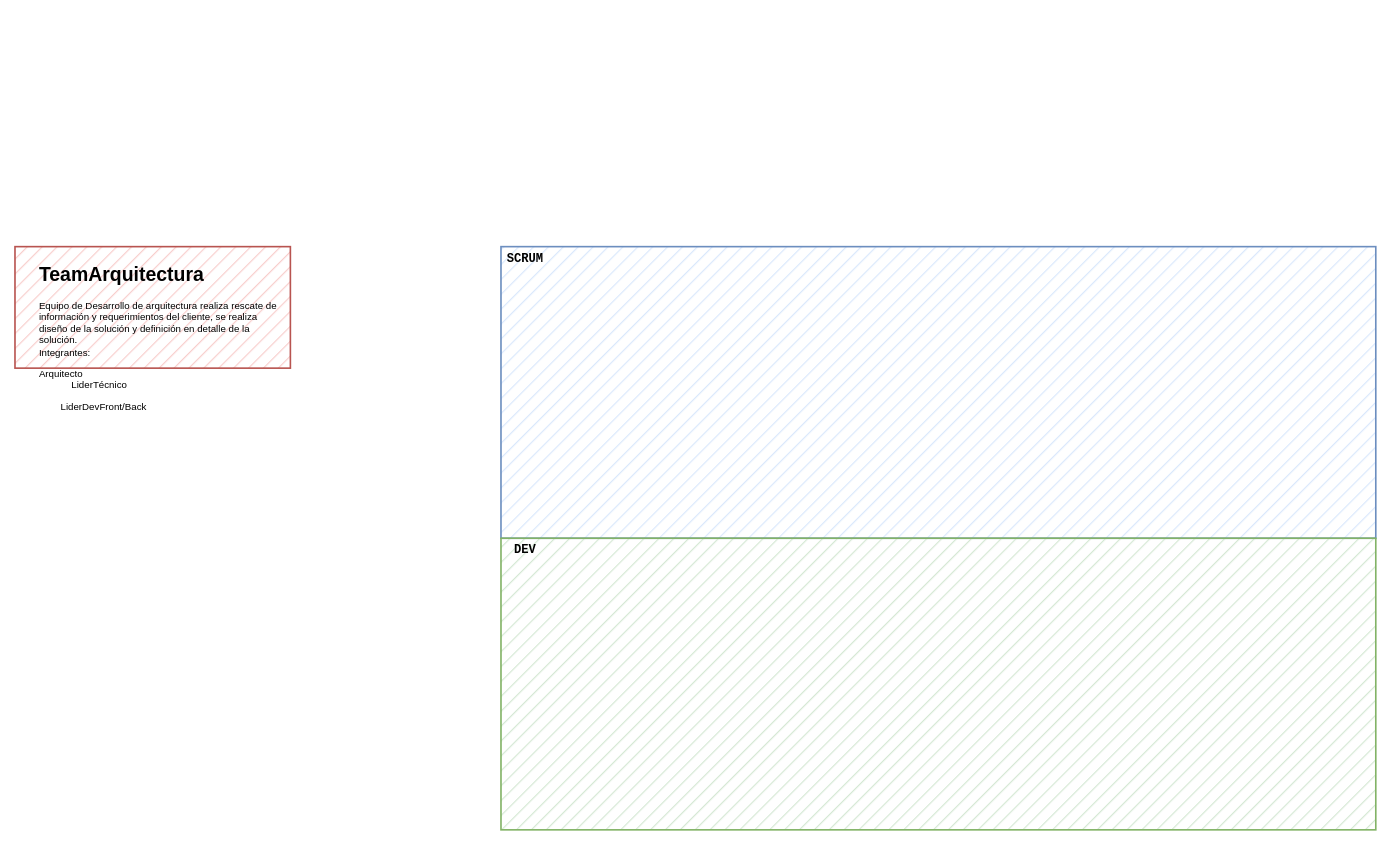
linosnt/womCX keeps this draw.io diagram as estrategia.drawio. Above is the earlier version. Source tidied: cells renumbered, new cells numbered last; positions are measured from the earlier drawing's top-left corner, leaving out a move shared by most shapes. Both pictures are drawn from the tidied source at 81%, with x=0, y=0 at pixel (15, 246).
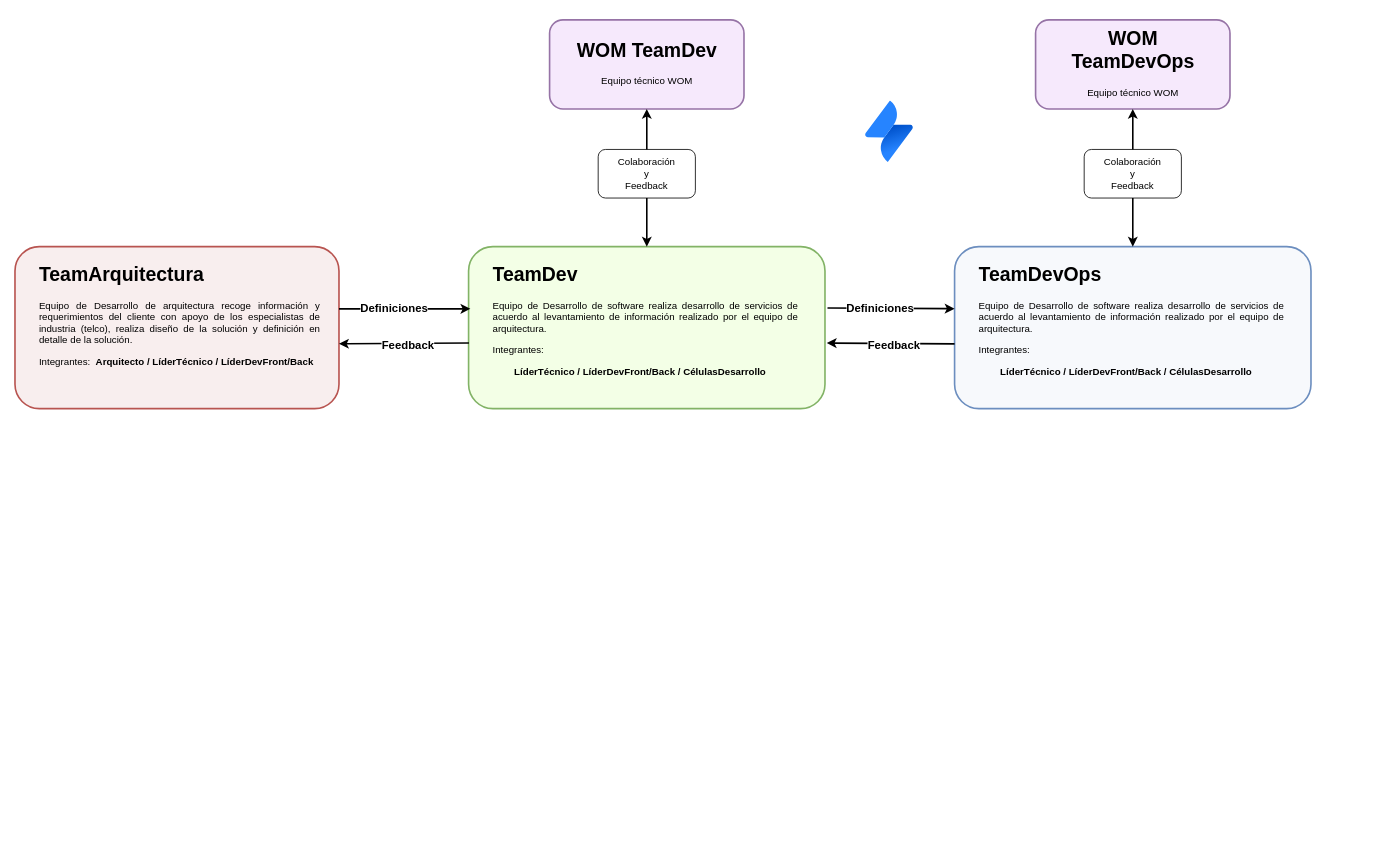
The same page after the edit.

Change to the diagram source:
```diff
@@
-    <mxCell id="2" style="rounded=0;whiteSpace=wrap;html=1;fillColor=#dae8fc;strokeColor=#6c8ebf;fillStyle=hatch;strokeWidth=2;" parent="1" vertex="1">
-      <mxGeometry x="600" width="1080" height="360" as="geometry" />
-    </mxCell>
-    <mxCell id="3" style="rounded=0;whiteSpace=wrap;html=1;fillColor=#d5e8d4;strokeColor=#82b366;fillStyle=hatch;strokeWidth=2;" parent="1" vertex="1">
-      <mxGeometry x="600" y="360" width="1080" height="360" as="geometry" />
-    </mxCell>
-    <mxCell id="4" value="&lt;font size=&quot;1&quot;&gt;&lt;b&gt;&lt;font style=&quot;font-size: 15px;&quot; face=&quot;Courier New&quot;&gt;SCRUM&lt;/font&gt;&lt;/b&gt;&lt;/font&gt;" style="text;html=1;strokeColor=none;fillColor=none;align=center;verticalAlign=middle;whiteSpace=wrap;rounded=0;" parent="1" vertex="1">
-      <mxGeometry x="600" width="60" height="30" as="geometry" />
-    </mxCell>
-    <mxCell id="5" value="&lt;font size=&quot;1&quot;&gt;&lt;b&gt;&lt;font style=&quot;font-size: 15px;&quot; face=&quot;Courier New&quot;&gt;DEV&lt;/font&gt;&lt;/b&gt;&lt;/font&gt;" style="text;html=1;strokeColor=none;fillColor=none;align=center;verticalAlign=middle;whiteSpace=wrap;rounded=0;" parent="1" vertex="1">
-      <mxGeometry x="600" y="360" width="60" height="30" as="geometry" />
-    </mxCell>
-    <mxCell id="6" style="rounded=0;whiteSpace=wrap;html=1;fillColor=#f8cecc;strokeColor=#b85450;fillStyle=hatch;strokeWidth=2;" parent="1" vertex="1">
-      <mxGeometry width="340" height="150" as="geometry" />
+    <mxCell id="6" style="rounded=1;whiteSpace=wrap;html=1;fillColor=#F8EEEE;strokeColor=#b85450;fillStyle=solid;strokeWidth=2;" parent="1" vertex="1">
+      <mxGeometry width="400" height="200" as="geometry" />
     </mxCell>
-    <mxCell id="7" value="&lt;h1&gt;TeamArquitectura&lt;/h1&gt;&lt;p&gt;Equipo de Desarrollo de arquitectura realiza rescate de información y requerimientos del cliente, se realiza diseño de la solución y definición en detalle de la solución.&lt;br&gt;Integrantes: &lt;br&gt;&lt;/p&gt;&lt;p&gt;Arquitecto&lt;br&gt;&lt;span style=&quot;&quot;&gt;&lt;span style=&quot;&quot;&gt;&amp;nbsp;&amp;nbsp;&amp;nbsp;&amp;nbsp;&lt;/span&gt;&lt;/span&gt;&lt;span style=&quot;&quot;&gt;&lt;span style=&quot;&quot;&gt;&amp;nbsp;&amp;nbsp;&amp;nbsp;&amp;nbsp;&lt;/span&gt;&lt;/span&gt;&lt;span style=&quot;&quot;&gt;&lt;span style=&quot;&quot;&gt;&amp;nbsp;&amp;nbsp;&amp;nbsp;&amp;nbsp;&lt;/span&gt;&lt;/span&gt;LiderTécnico&lt;/p&gt;&lt;p&gt;&lt;span style=&quot;white-space: pre;&quot;&gt;&#9;&lt;/span&gt;LiderDevFront/Back&lt;br&gt;&lt;/p&gt;" style="text;html=1;strokeColor=none;fillColor=none;spacing=5;spacingTop=-20;whiteSpace=wrap;overflow=hidden;rounded=0;" parent="1" vertex="1">
-      <mxGeometry x="25" y="15" width="315" height="195" as="geometry" />
+    <mxCell id="7" value="&lt;h1&gt;TeamArquitectura&lt;/h1&gt;&lt;p align=&quot;justify&quot;&gt;Equipo de Desarrollo de arquitectura recoge información y requerimientos del cliente con apoyo de los especialistas de industria (telco), realiza diseño de la solución y definición en detalle de la solución.&lt;/p&gt;&lt;p&gt;Integrantes:&amp;nbsp; &lt;b&gt;Arquitecto / &lt;span style=&quot;&quot;&gt;&lt;span style=&quot;&quot;&gt;&lt;/span&gt;&lt;/span&gt;LíderTécnico / LíderDevFront/Back&lt;/b&gt;&lt;br&gt;&lt;/p&gt;" style="text;html=1;strokeColor=none;fillColor=none;spacing=5;spacingTop=-20;whiteSpace=wrap;overflow=hidden;rounded=1;" parent="1" vertex="1">
+      <mxGeometry x="25" y="15" width="355" height="165" as="geometry" />
     </mxCell>
+    <mxCell id="8" style="rounded=1;whiteSpace=wrap;html=1;fillColor=#F3FFE6;strokeColor=#82b366;fillStyle=solid;strokeWidth=2;" parent="1" vertex="1">
+      <mxGeometry x="560" width="440" height="200" as="geometry" />
+    </mxCell>
+    <mxCell id="9" value="&lt;h1&gt;TeamDev&lt;/h1&gt;&lt;p align=&quot;justify&quot;&gt;Equipo de Desarrollo de software realiza desarrollo de servicios de acuerdo al levantamiento de información realizado por el equipo de arquitectura.&lt;/p&gt;&lt;p&gt;Integrantes:&amp;nbsp; &lt;b&gt;&lt;span style=&quot;&quot;&gt;&lt;span style=&quot;&quot;&gt;&lt;/span&gt;&lt;/span&gt;&lt;br&gt;&lt;/b&gt;&lt;/p&gt;&lt;p&gt;&lt;b&gt;&lt;span style=&quot;white-space: pre;&quot;&gt;&#9;&lt;/span&gt;LíderTécnico / LíderDevFront/Back / CélulasDesarrollo&lt;/b&gt;&lt;br&gt;&lt;/p&gt;" style="text;html=1;strokeColor=none;fillColor=none;spacing=5;spacingTop=-20;whiteSpace=wrap;overflow=hidden;rounded=1;" parent="1" vertex="1">
+      <mxGeometry x="585" y="15" width="385" height="165" as="geometry" />
+    </mxCell>
+    <mxCell id="10" style="rounded=1;whiteSpace=wrap;html=1;fillColor=#F6E9FC;strokeColor=#9673a6;fillStyle=solid;strokeWidth=2;" parent="1" vertex="1">
+      <mxGeometry x="660" y="-280" width="240" height="110" as="geometry" />
+    </mxCell>
+    <mxCell id="11" value="&lt;h1 align=&quot;center&quot;&gt;WOM TeamDev&lt;/h1&gt;&lt;p align=&quot;center&quot;&gt;Equipo técnico WOM&lt;br&gt;&lt;/p&gt;" style="text;html=1;strokeColor=none;fillColor=none;spacing=5;spacingTop=-20;whiteSpace=wrap;overflow=hidden;rounded=1;align=center;" parent="1" vertex="1">
+      <mxGeometry x="677.5" y="-262.5" width="205" height="82.5" as="geometry" />
+    </mxCell>
+    <mxCell id="12" style="endArrow=classic;startArrow=classic;html=1;rounded=0;entryX=0.5;entryY=1;entryDx=0;entryDy=0;exitX=0.5;exitY=0;exitDx=0;exitDy=0;strokeWidth=2;" parent="1" edge="1" source="8" target="10">
+      <mxGeometry relative="1" as="geometry" />
+    </mxCell>
+    <mxCell id="13" value="&lt;div&gt;Colaboración&lt;/div&gt;&lt;div&gt;y &lt;/div&gt;Feedback" style="rounded=1;whiteSpace=wrap;html=1;" parent="1" vertex="1">
+      <mxGeometry x="720" y="-120" width="120" height="60" as="geometry" />
+    </mxCell>
+    <mxCell id="14" style="endArrow=classic;html=1;rounded=0;entryX=0.005;entryY=0.384;entryDx=0;entryDy=0;entryPerimeter=0;exitX=1;exitY=0.384;exitDx=0;exitDy=0;exitPerimeter=0;strokeWidth=2;" parent="1" edge="1" source="6" target="8">
+      <mxGeometry relative="1" as="geometry" />
+    </mxCell>
+    <mxCell id="15" value="&lt;font style=&quot;font-size: 14px;&quot;&gt;&lt;b&gt;Definiciones&lt;/b&gt;&lt;/font&gt;" style="edgeLabel;html=1;align=center;verticalAlign=middle;" parent="14" vertex="1">
+      <mxGeometry x="-0.18" y="1" relative="1" as="geometry" />
+    </mxCell>
+    <mxCell id="16" style="endArrow=classic;html=1;rounded=0;exitX=0.001;exitY=0.595;exitDx=0;exitDy=0;exitPerimeter=0;entryX=1;entryY=0.6;entryDx=0;entryDy=0;entryPerimeter=0;strokeWidth=2;" parent="1" edge="1" source="8" target="6">
+      <mxGeometry relative="1" as="geometry" />
+    </mxCell>
+    <mxCell id="17" value="&lt;font size=&quot;1&quot;&gt;&lt;b style=&quot;font-size: 14px;&quot;&gt;Feedback&lt;/b&gt;&lt;/font&gt;" style="edgeLabel;html=1;align=center;verticalAlign=middle;" parent="16" vertex="1">
+      <mxGeometry x="-0.05" y="2" relative="1" as="geometry" />
+    </mxCell>
+    <mxCell id="18" style="rounded=1;whiteSpace=wrap;html=1;fillColor=#F7F9FC;strokeColor=#6c8ebf;fillStyle=solid;strokeWidth=2;" parent="1" vertex="1">
+      <mxGeometry x="1160" width="440" height="200" as="geometry" />
+    </mxCell>
+    <mxCell id="19" value="&lt;h1&gt;TeamDevOps&lt;/h1&gt;&lt;p align=&quot;justify&quot;&gt;Equipo de Desarrollo de software realiza desarrollo de servicios de acuerdo al levantamiento de información realizado por el equipo de arquitectura.&lt;/p&gt;&lt;p&gt;Integrantes:&amp;nbsp; &lt;b&gt;&lt;span style=&quot;&quot;&gt;&lt;span style=&quot;&quot;&gt;&lt;/span&gt;&lt;/span&gt;&lt;br&gt;&lt;/b&gt;&lt;/p&gt;&lt;p&gt;&lt;b&gt;&lt;span style=&quot;white-space: pre;&quot;&gt;&#9;&lt;/span&gt;LíderTécnico / LíderDevFront/Back / CélulasDesarrollo&lt;/b&gt;&lt;br&gt;&lt;/p&gt;" style="text;html=1;strokeColor=none;fillColor=none;spacing=5;spacingTop=-20;whiteSpace=wrap;overflow=hidden;rounded=1;" parent="1" vertex="1">
+      <mxGeometry x="1185" y="15" width="385" height="165" as="geometry" />
+    </mxCell>
+    <mxCell id="20" style="rounded=1;whiteSpace=wrap;html=1;fillColor=#F6E9FC;strokeColor=#9673a6;fillStyle=solid;strokeWidth=2;" parent="1" vertex="1">
+      <mxGeometry x="1260" y="-280" width="240" height="110" as="geometry" />
+    </mxCell>
+    <mxCell id="21" value="&lt;h1 align=&quot;center&quot;&gt;WOM TeamDevOps&lt;/h1&gt;&lt;p align=&quot;center&quot;&gt;Equipo técnico WOM&lt;br&gt;&lt;/p&gt;" style="text;html=1;strokeColor=none;fillColor=none;spacing=5;spacingTop=-20;whiteSpace=wrap;overflow=hidden;rounded=1;align=center;" parent="1" vertex="1">
+      <mxGeometry x="1277.5" y="-277.5" width="205" height="112.5" as="geometry" />
+    </mxCell>
+    <mxCell id="22" style="endArrow=classic;startArrow=classic;html=1;rounded=0;entryX=0.5;entryY=1;entryDx=0;entryDy=0;exitX=0.5;exitY=0;exitDx=0;exitDy=0;strokeWidth=2;" parent="1" edge="1" source="18" target="20">
+      <mxGeometry relative="1" as="geometry" />
+    </mxCell>
+    <mxCell id="23" value="&lt;div&gt;Colaboración&lt;/div&gt;&lt;div&gt;y &lt;/div&gt;Feedback" style="rounded=1;whiteSpace=wrap;html=1;" parent="1" vertex="1">
+      <mxGeometry x="1320" y="-120" width="120" height="60" as="geometry" />
+    </mxCell>
+    <mxCell id="24" style="endArrow=classic;html=1;rounded=0;entryX=0;entryY=0.383;entryDx=0;entryDy=0;entryPerimeter=0;exitX=1.007;exitY=0.379;exitDx=0;exitDy=0;exitPerimeter=0;strokeWidth=2;" parent="1" edge="1" source="8" target="18">
+      <mxGeometry relative="1" as="geometry" />
+    </mxCell>
+    <mxCell id="25" value="&lt;font style=&quot;font-size: 14px;&quot;&gt;&lt;b&gt;Definiciones&lt;/b&gt;&lt;/font&gt;" style="edgeLabel;html=1;align=center;verticalAlign=middle;" parent="24" vertex="1">
+      <mxGeometry x="-0.18" y="1" relative="1" as="geometry" />
+    </mxCell>
+    <mxCell id="26" style="endArrow=classic;html=1;rounded=0;exitX=0;exitY=0.6;exitDx=0;exitDy=0;exitPerimeter=0;entryX=1.005;entryY=0.595;entryDx=0;entryDy=0;entryPerimeter=0;strokeWidth=2;" parent="1" edge="1" source="18" target="8">
+      <mxGeometry relative="1" as="geometry" />
+    </mxCell>
+    <mxCell id="27" value="&lt;font size=&quot;1&quot;&gt;&lt;b style=&quot;font-size: 14px;&quot;&gt;Feedback&lt;/b&gt;&lt;/font&gt;" style="edgeLabel;html=1;align=center;verticalAlign=middle;" parent="26" vertex="1">
+      <mxGeometry x="-0.05" y="2" relative="1" as="geometry" />
+    </mxCell>
+    <mxCell id="28" style="image;html=1;image=img/lib/atlassian/Jira_Service_Desk_Logo.svg;" parent="1" vertex="1">
+      <mxGeometry x="1050" y="-180" width="59" height="76" as="geometry" />
+    </mxCell>
```
